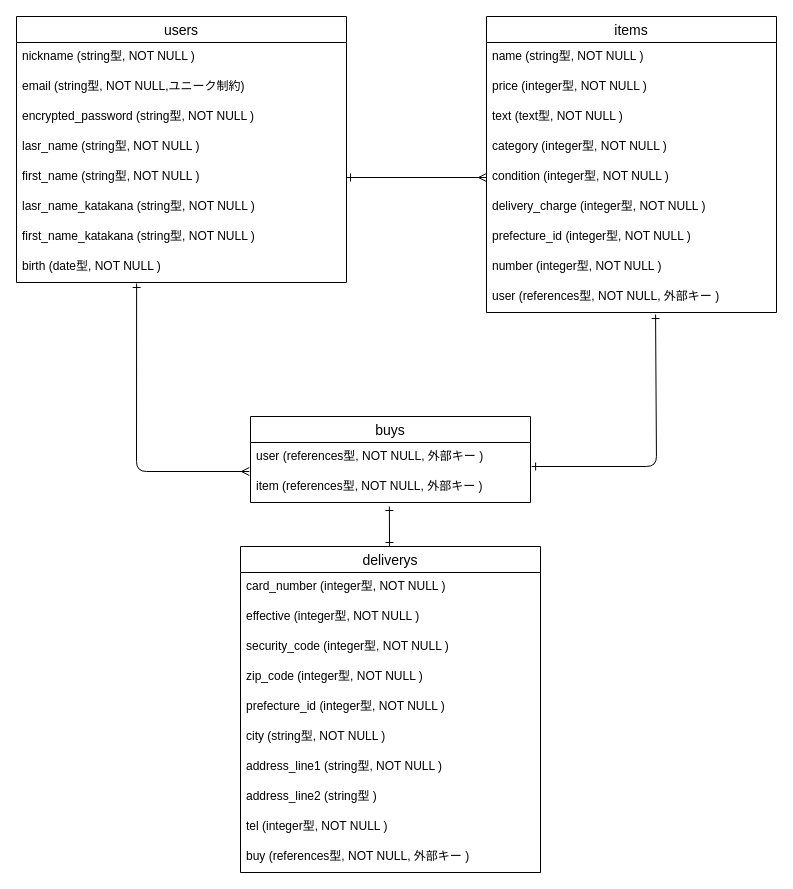
Above: furima.dio in Lemon-liq/furima-38117 (draw.io), before the change. Source tidied: cells renumbered, new cells numbered last; positions are measured from the earlier drawing's top-left corner, leaving out a move shared by most shapes. Both pictures are drawn from the tidied source at 100%, with x=0, y=0 at pixel (16, 16).
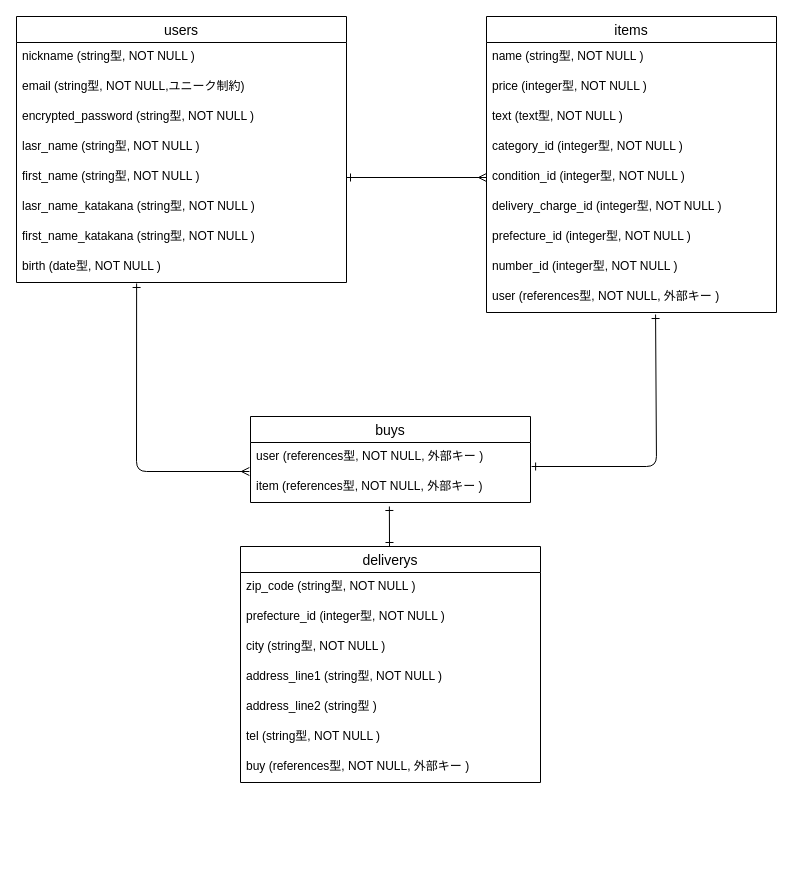
The same page after the edit.

Commit message (it also covers changes not shown here):
データベース設計4

The change refers to these unchanged cells:
```xml
<mxCell id="11" value="items" style="swimlane;fontStyle=0;horizontal=1;startSize=26;align=center;fontSize=14;" parent="1" vertex="1">
  <mxGeometry x="470" width="290" height="296" as="geometry" />
</mxCell>
```

Change to the diagram source:
```diff
@@
-    <mxCell id="15" value="category (integer型, NOT NULL )" style="text;strokeColor=none;fillColor=none;spacingLeft=4;spacingRight=4;overflow=hidden;fontSize=12;" parent="11" vertex="1">
+    <mxCell id="15" value="category_id (integer型, NOT NULL )" style="text;strokeColor=none;fillColor=none;spacingLeft=4;spacingRight=4;overflow=hidden;fontSize=12;" parent="11" vertex="1">
       <mxGeometry y="116" width="290" height="30" as="geometry" />
     </mxCell>
-    <mxCell id="16" value="condition (integer型, NOT NULL )" style="text;strokeColor=none;fillColor=none;spacingLeft=4;spacingRight=4;overflow=hidden;points=[[0,0.5],[1,0.5]];portConstraint=eastwest;fontSize=12;" parent="11" vertex="1">
+    <mxCell id="16" value="condition_id (integer型, NOT NULL )" style="text;strokeColor=none;fillColor=none;spacingLeft=4;spacingRight=4;overflow=hidden;points=[[0,0.5],[1,0.5]];portConstraint=eastwest;fontSize=12;" parent="11" vertex="1">
       <mxGeometry y="146" width="290" height="30" as="geometry" />
     </mxCell>
-    <mxCell id="17" value="delivery_charge (integer型, NOT NULL )" style="text;strokeColor=none;fillColor=none;spacingLeft=4;spacingRight=4;overflow=hidden;fontSize=12;" parent="11" vertex="1">
+    <mxCell id="17" value="delivery_charge_id (integer型, NOT NULL )" style="text;strokeColor=none;fillColor=none;spacingLeft=4;spacingRight=4;overflow=hidden;fontSize=12;" parent="11" vertex="1">
       <mxGeometry y="176" width="290" height="30" as="geometry" />
     </mxCell>
@@
-    <mxCell id="19" value="number (integer型, NOT NULL )" style="text;strokeColor=none;fillColor=none;spacingLeft=4;spacingRight=4;overflow=hidden;fontSize=12;" parent="11" vertex="1">
+    <mxCell id="19" value="number_id (integer型, NOT NULL )" style="text;strokeColor=none;fillColor=none;spacingLeft=4;spacingRight=4;overflow=hidden;fontSize=12;" parent="11" vertex="1">
       <mxGeometry y="236" width="290" height="30" as="geometry" />
     </mxCell>
@@
     <mxCell id="24" value="deliverys" style="swimlane;fontStyle=0;horizontal=1;startSize=26;align=center;fontSize=14;" parent="1" vertex="1">
-      <mxGeometry x="224" y="530" width="300" height="326" as="geometry" />
+      <mxGeometry x="224" y="530" width="300" height="236" as="geometry" />
     </mxCell>
-    <mxCell id="25" value="card_number (integer型, NOT NULL )" style="text;strokeColor=none;fillColor=none;spacingLeft=4;spacingRight=4;overflow=hidden;fontSize=12;" parent="24" vertex="1">
-      <mxGeometry y="26" width="300" height="30" as="geometry" />
-    </mxCell>
-    <mxCell id="26" value="effective (integer型, NOT NULL )" style="text;strokeColor=none;fillColor=none;spacingLeft=4;spacingRight=4;overflow=hidden;fontSize=12;" parent="24" vertex="1">
-      <mxGeometry y="56" width="300" height="30" as="geometry" />
-    </mxCell>
-    <mxCell id="27" value="security_code (integer型, NOT NULL )" style="text;strokeColor=none;fillColor=none;spacingLeft=4;spacingRight=4;overflow=hidden;fontSize=12;" parent="24" vertex="1">
-      <mxGeometry y="86" width="300" height="30" as="geometry" />
-    </mxCell>
-    <mxCell id="28" value="zip_code (integer型, NOT NULL )" style="text;strokeColor=none;fillColor=none;spacingLeft=4;spacingRight=4;overflow=hidden;fontSize=12;" parent="24" vertex="1">
-      <mxGeometry y="116" width="300" height="30" as="geometry" />
+    <mxCell id="28" value="zip_code (string型, NOT NULL )" style="text;strokeColor=none;fillColor=none;spacingLeft=4;spacingRight=4;overflow=hidden;fontSize=12;" parent="24" vertex="1">
+      <mxGeometry y="26" width="300" height="30" as="geometry" />
     </mxCell>
     <mxCell id="29" value="prefecture_id (integer型, NOT NULL )" style="text;strokeColor=none;fillColor=none;spacingLeft=4;spacingRight=4;overflow=hidden;fontSize=12;" parent="24" vertex="1">
-      <mxGeometry y="146" width="300" height="30" as="geometry" />
+      <mxGeometry y="56" width="300" height="30" as="geometry" />
     </mxCell>
     <mxCell id="30" value="city (string型, NOT NULL )" style="text;strokeColor=none;fillColor=none;spacingLeft=4;spacingRight=4;overflow=hidden;fontSize=12;" parent="24" vertex="1">
-      <mxGeometry y="176" width="300" height="30" as="geometry" />
+      <mxGeometry y="86" width="300" height="30" as="geometry" />
     </mxCell>
     <mxCell id="31" value="address_line1 (string型, NOT NULL )" style="text;strokeColor=none;fillColor=none;spacingLeft=4;spacingRight=4;overflow=hidden;fontSize=12;" parent="24" vertex="1">
-      <mxGeometry y="206" width="300" height="30" as="geometry" />
+      <mxGeometry y="116" width="300" height="30" as="geometry" />
     </mxCell>
     <mxCell id="32" value="address_line2 (string型 )" style="text;strokeColor=none;fillColor=none;spacingLeft=4;spacingRight=4;overflow=hidden;fontSize=12;" parent="24" vertex="1">
-      <mxGeometry y="236" width="300" height="30" as="geometry" />
+      <mxGeometry y="146" width="300" height="30" as="geometry" />
     </mxCell>
-    <mxCell id="33" value="tel (integer型, NOT NULL )" style="text;strokeColor=none;fillColor=none;spacingLeft=4;spacingRight=4;overflow=hidden;fontSize=12;" parent="24" vertex="1">
-      <mxGeometry y="266" width="300" height="30" as="geometry" />
+    <mxCell id="33" value="tel (string型, NOT NULL )" style="text;strokeColor=none;fillColor=none;spacingLeft=4;spacingRight=4;overflow=hidden;fontSize=12;" parent="24" vertex="1">
+      <mxGeometry y="176" width="300" height="30" as="geometry" />
     </mxCell>
     <mxCell id="34" value="buy (references型, NOT NULL, 外部キー )" style="text;strokeColor=none;fillColor=none;spacingLeft=4;spacingRight=4;overflow=hidden;fontSize=12;" parent="24" vertex="1">
-      <mxGeometry y="296" width="300" height="30" as="geometry" />
+      <mxGeometry y="206" width="300" height="30" as="geometry" />
     </mxCell>
```
